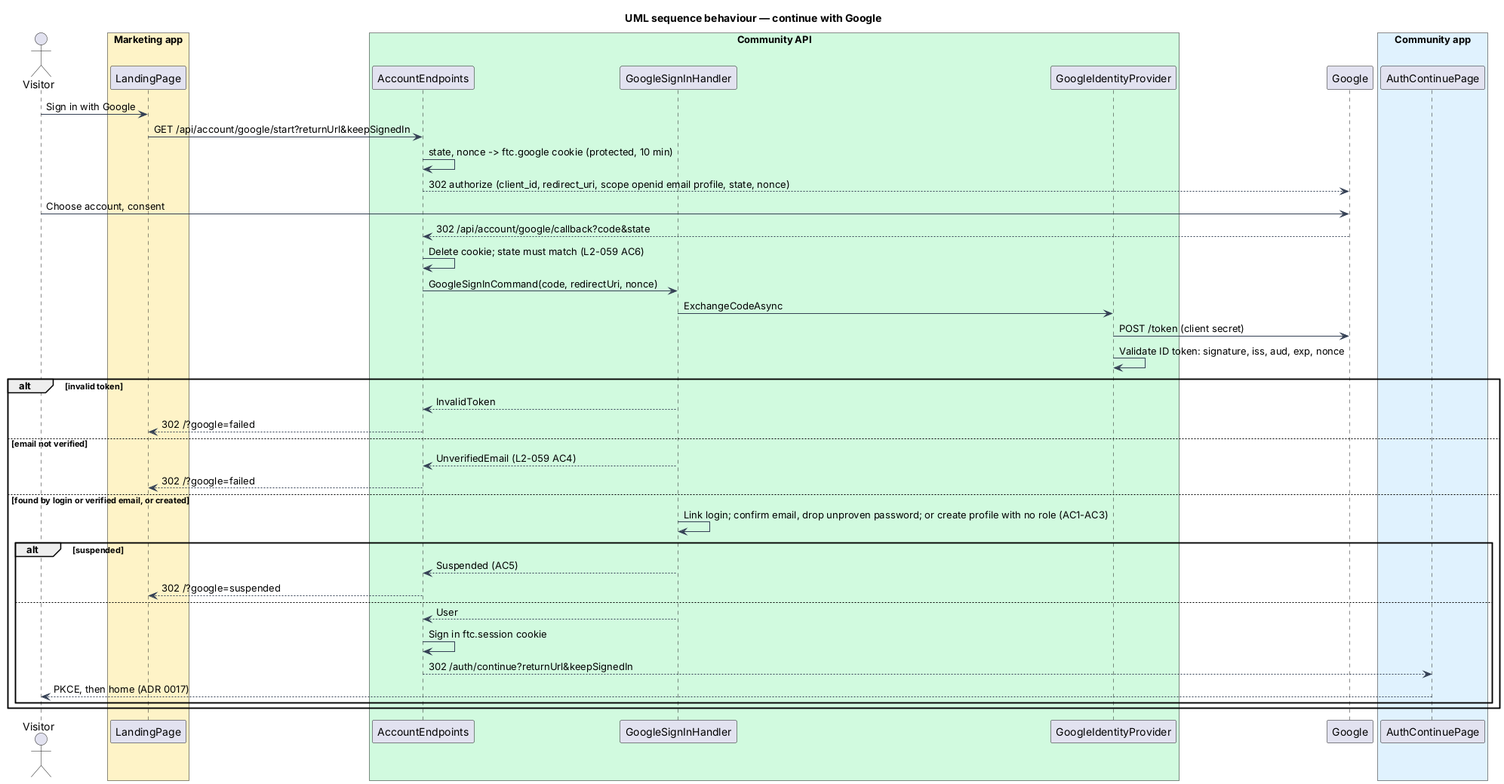
QuinntyneBrown/faithtech-community keeps this PlantUML diagram as docs/detailed-designs/identity/google-sign-in/diagrams/sequence-google-sign-in.png. Above is the earlier version.
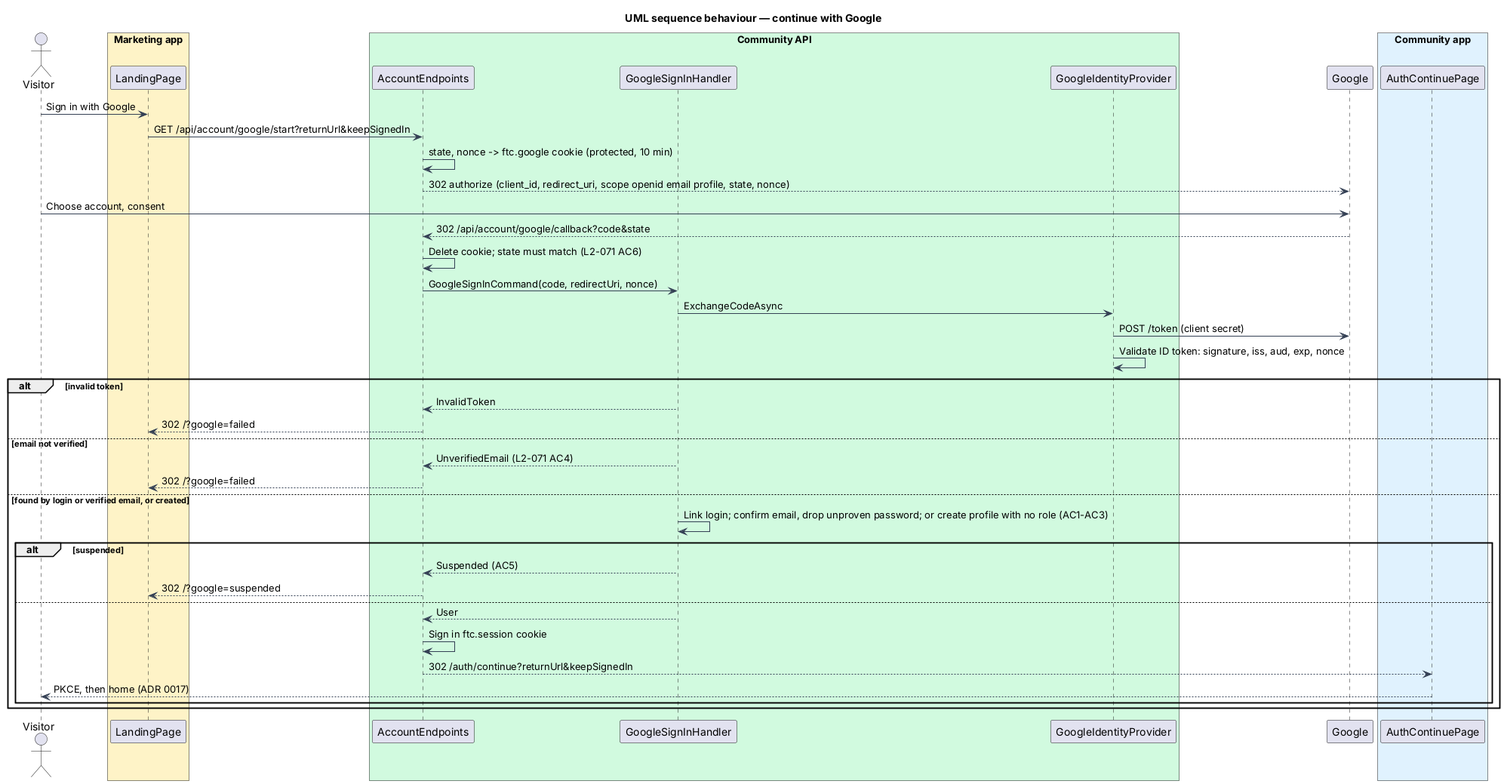
The same file after the commit.

Change to the diagram source:
```diff
@@ -23,7 +23,7 @@
 ep --> google : 302 authorize (client_id, redirect_uri, scope openid email profile, state, nonce)
 actor -> google : Choose account, consent
 google --> ep : 302 /api/account/google/callback?code&state
-ep -> ep : Delete cookie; state must match (L2-059 AC6)
+ep -> ep : Delete cookie; state must match (L2-071 AC6)
 ep -> h : GoogleSignInCommand(code, redirectUri, nonce)
 h -> prov : ExchangeCodeAsync
 prov -> google : POST /token (client secret)
@@ -32,7 +32,7 @@
   h --> ep : InvalidToken
   ep --> page : 302 /?google=failed
 else email not verified
-  h --> ep : UnverifiedEmail (L2-059 AC4)
+  h --> ep : UnverifiedEmail (L2-071 AC4)
   ep --> page : 302 /?google=failed
 else found by login or verified email, or created
   h -> h : Link login; confirm email, drop unproven password; or create profile with no role (AC1-AC3)
```
